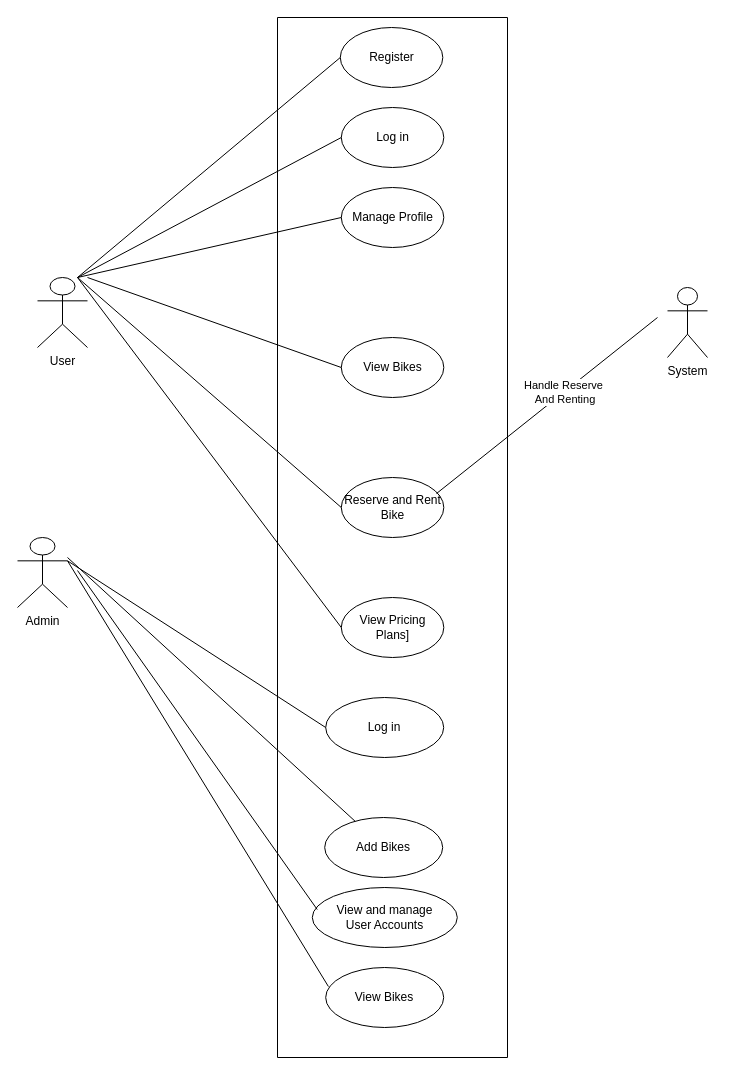
This is Untitled Diagram.drawio from Shalani98/Shalani98, a draw.io file, before an edit. Source tidied: cells renumbered, new cells numbered last; positions are measured from the earlier drawing's top-left corner, leaving out a move shared by most shapes. Both pictures are drawn from the tidied source at 100%, with x=0, y=0 at pixel (17, 17).
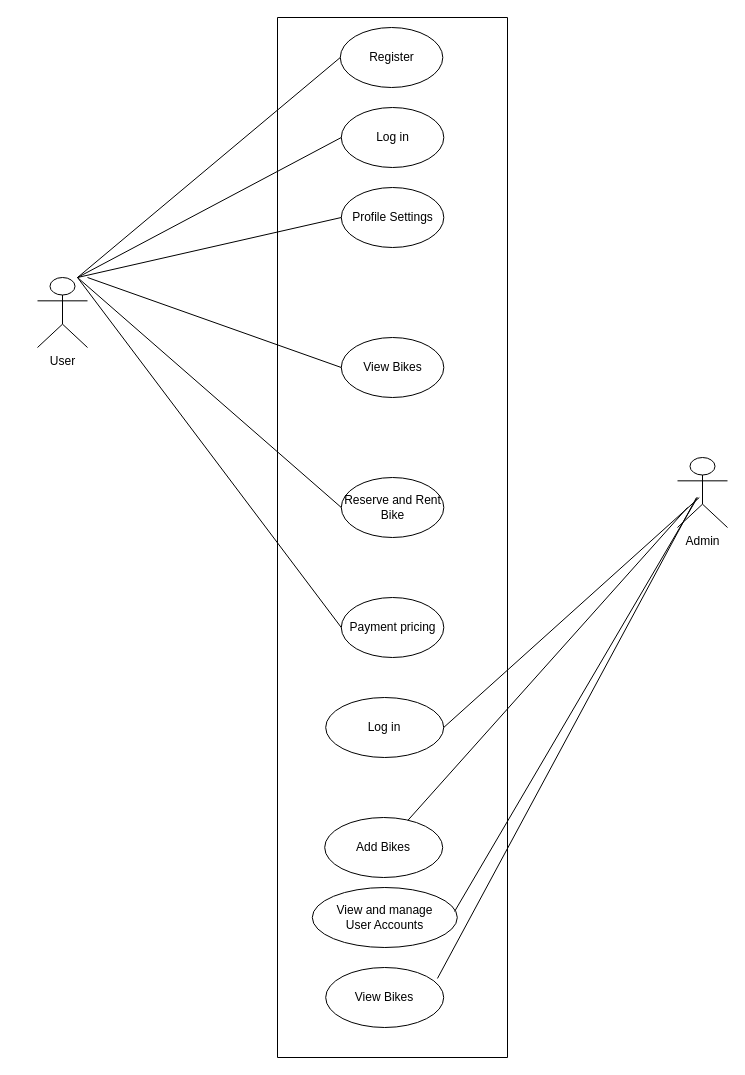
After the change.

The change refers to these unchanged cells:
```xml
<mxCell id="2" style="swimlane;startSize=0;" parent="1" vertex="1">
  <mxGeometry x="260" width="230" height="1040" as="geometry" />
</mxCell>
<mxCell id="7" value="Reserve and Rent&lt;div&gt;Bike&lt;/div&gt;" style="ellipse;whiteSpace=wrap;html=1;" parent="2" vertex="1">
  <mxGeometry x="63.8" y="460" width="102.5" height="60" as="geometry" />
</mxCell>
<mxCell id="9" value="Log in" style="ellipse;whiteSpace=wrap;html=1;" parent="2" vertex="1">
  <mxGeometry x="48.2" y="680" width="118" height="60" as="geometry" />
</mxCell>
<mxCell id="10" value="View Bikes" style="ellipse;whiteSpace=wrap;html=1;" parent="2" vertex="1">
  <mxGeometry x="48.2" y="950" width="118" height="60" as="geometry" />
</mxCell>
<mxCell id="11" value="View and manage&lt;div&gt;User Accounts&lt;/div&gt;" style="ellipse;whiteSpace=wrap;html=1;" parent="2" vertex="1">
  <mxGeometry x="34.8" y="870" width="145" height="60" as="geometry" />
</mxCell>
<mxCell id="12" value="Add Bikes" style="ellipse;whiteSpace=wrap;html=1;" parent="2" vertex="1">
  <mxGeometry x="47.2" y="800" width="118" height="60" as="geometry" />
</mxCell>
```

Diff of the diagram source:
```diff
@@
-    <mxCell id="5" value="Manage Profile" style="ellipse;whiteSpace=wrap;html=1;" parent="2" vertex="1">
+    <mxCell id="5" value="Profile Settings" style="ellipse;whiteSpace=wrap;html=1;" parent="2" vertex="1">
       <mxGeometry x="63.8" y="170" width="102.5" height="60" as="geometry" />
     </mxCell>
@@
-    <mxCell id="8" value="View Pricing Plans]" style="ellipse;whiteSpace=wrap;html=1;" parent="2" vertex="1">
+    <mxCell id="8" value="Payment pricing" style="ellipse;whiteSpace=wrap;html=1;" parent="2" vertex="1">
       <mxGeometry x="63.8" y="580" width="102.5" height="60" as="geometry" />
     </mxCell>
@@
-    <mxCell id="14" value="System" style="shape=umlActor;verticalLabelPosition=bottom;verticalAlign=top;html=1;" parent="1" vertex="1">
-      <mxGeometry x="650" y="270" width="40" height="70" as="geometry" />
-    </mxCell>
     <mxCell id="15" value="Admin" style="shape=umlActor;verticalLabelPosition=bottom;verticalAlign=top;html=1;outlineConnect=0;" parent="1" vertex="1">
-      <mxGeometry y="520" width="50" height="70" as="geometry" />
+      <mxGeometry x="660" y="440" width="50" height="70" as="geometry" />
     </mxCell>
@@
-    <mxCell id="22" style="endArrow=none;html=1;rounded=0;entryX=0;entryY=0.5;entryDx=0;entryDy=0;exitX=1;exitY=0.3333333333333333;exitDx=0;exitDy=0;exitPerimeter=0;" parent="1" edge="1" source="15" target="9">
-      <mxGeometry relative="1" as="geometry" />
+    <mxCell id="22" style="endArrow=none;html=1;rounded=0;entryX=1;entryY=0.5;entryDx=0;entryDy=0;exitX=1;exitY=0.3333333333333333;exitDx=0;exitDy=0;exitPerimeter=0;" parent="1" edge="1" target="9">
+      <mxGeometry relative="1" as="geometry">
+        <mxPoint x="681.8" y="480" as="sourcePoint" />
+      </mxGeometry>
     </mxCell>
-    <mxCell id="23" style="endArrow=none;html=1;rounded=0;exitX=0.929;exitY=0.267;exitDx=0;exitDy=0;exitPerimeter=0;" parent="1" edge="1" source="7">
-      <mxGeometry relative="1" as="geometry">
-        <mxPoint x="640" y="300" as="targetPoint" />
-      </mxGeometry>
-    </mxCell>
-    <mxCell id="24" value="&lt;div&gt;Handle Reserve&lt;/div&gt;&lt;div&gt;&amp;nbsp;And Renting&lt;/div&gt;" style="edgeLabel;html=1;align=center;verticalAlign=middle;" parent="23" vertex="1">
-      <mxGeometry x="0.15" y="1" relative="1" as="geometry" />
-    </mxCell>
-    <mxCell id="25" style="endArrow=none;html=1;rounded=0;entryX=0.034;entryY=0.367;entryDx=0;entryDy=0;exitX=1;exitY=0.3333333333333333;exitDx=0;exitDy=0;exitPerimeter=0;entryPerimeter=0;" parent="1" edge="1" target="11">
+    <mxCell id="25" style="endArrow=none;html=1;rounded=0;entryX=0.981;entryY=0.4;entryDx=0;entryDy=0;entryPerimeter=0;" parent="1" edge="1" target="11">
       <mxGeometry relative="1" as="geometry">
-        <mxPoint x="60" y="553" as="sourcePoint" />
+        <mxPoint x="680" y="480" as="sourcePoint" />
       </mxGeometry>
     </mxCell>
-    <mxCell id="26" style="endArrow=none;html=1;rounded=0;exitX=1;exitY=0.3333333333333333;exitDx=0;exitDy=0;exitPerimeter=0;entryX=0.023;entryY=0.317;entryDx=0;entryDy=0;entryPerimeter=0;" parent="1" edge="1" source="15" target="10">
-      <mxGeometry relative="1" as="geometry" />
+    <mxCell id="26" style="endArrow=none;html=1;rounded=0;exitX=1;exitY=0.3333333333333333;exitDx=0;exitDy=0;exitPerimeter=0;entryX=0.947;entryY=0.183;entryDx=0;entryDy=0;entryPerimeter=0;" parent="1" edge="1" target="10">
+      <mxGeometry relative="1" as="geometry">
+        <mxPoint x="679" y="480" as="sourcePoint" />
+      </mxGeometry>
     </mxCell>
     <mxCell id="27" style="endArrow=none;html=1;rounded=0;" parent="1" edge="1" target="12">
       <mxGeometry relative="1" as="geometry">
-        <mxPoint x="50" y="540" as="sourcePoint" />
+        <mxPoint x="670" y="490" as="sourcePoint" />
       </mxGeometry>
     </mxCell>
```
